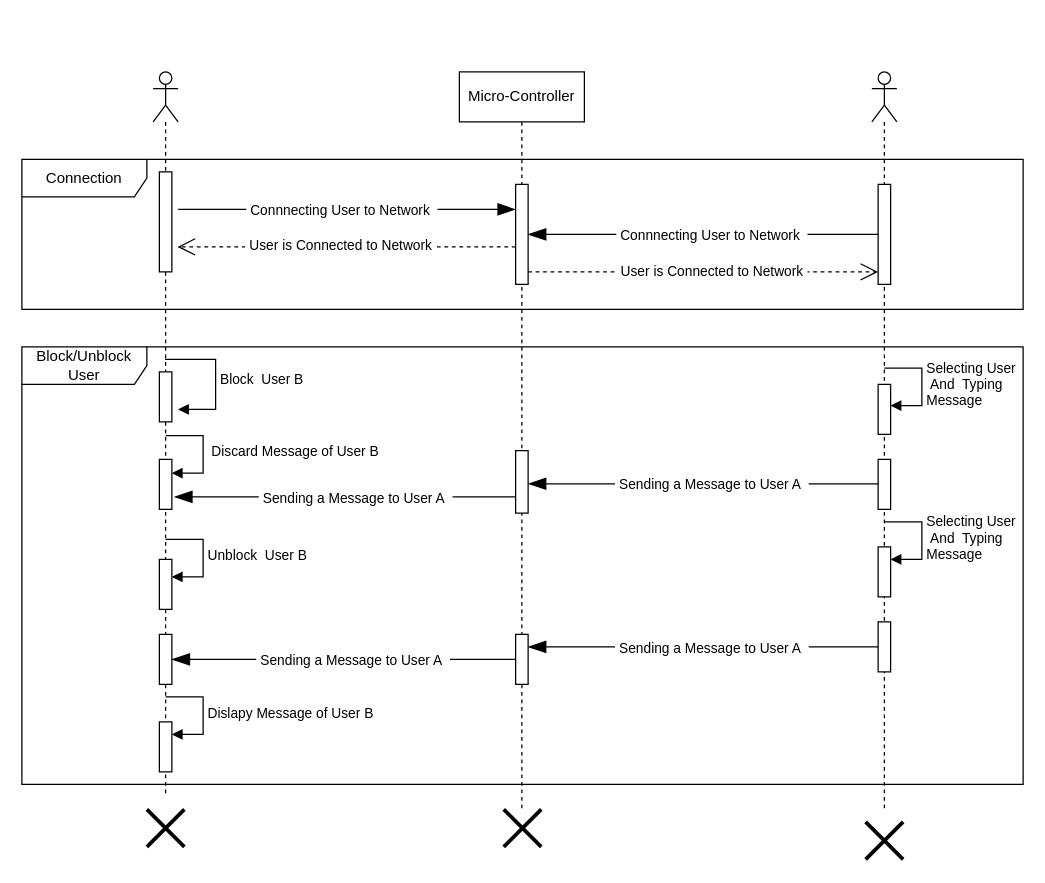
Earlier version of the draw.io diagram Figures/Sequence Diagram/Draw-io/AndroCom_SequenceDiagram_BlockUnblock.drawio (imharris24/AndroCom-Android). Source tidied: cells renumbered, new cells numbered last; positions are measured from the earlier drawing's top-left corner, leaving out a move shared by most shapes. Both pictures are drawn from the tidied source at 125%, with x=0, y=0 at pixel (21, 71).
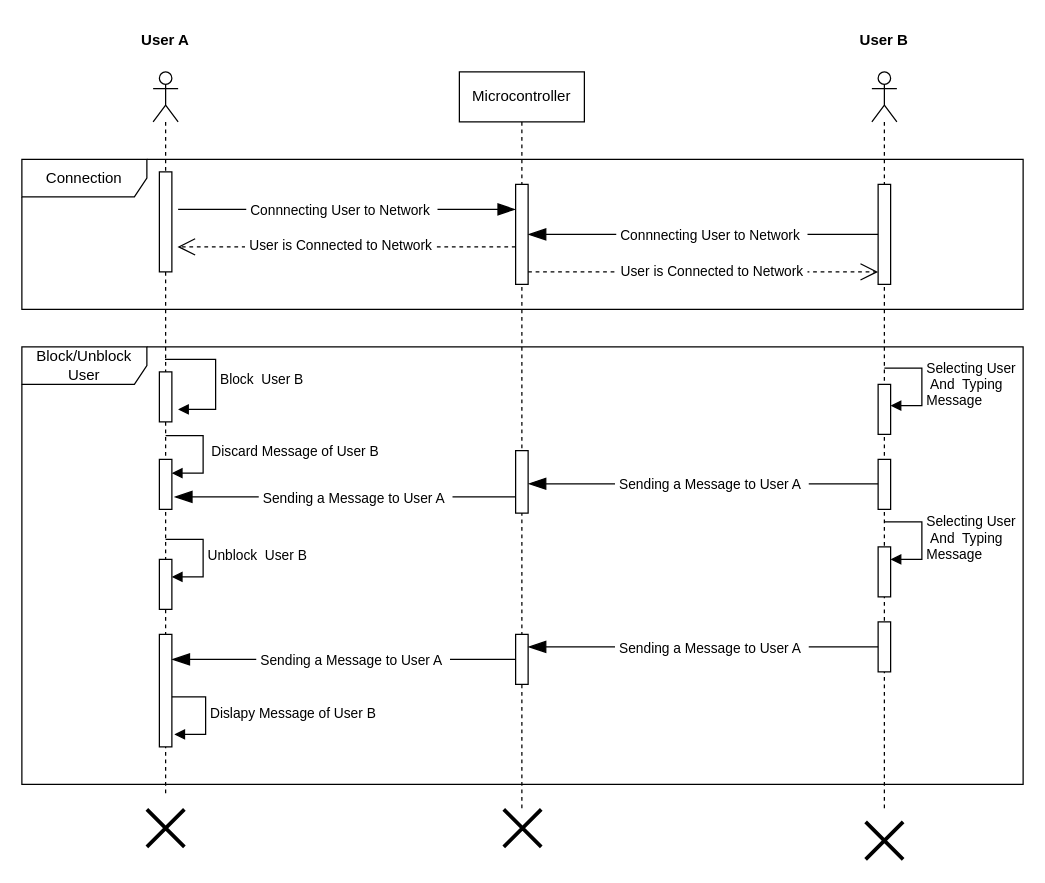
The same diagram, later.

Commit message (it also covers changes not shown here):
Updating Sequence Diagram

Unchanged cells that the change refers to:
```xml
<mxCell id="4" style="shape=umlLifeline;perimeter=lifelinePerimeter;whiteSpace=wrap;html=1;outlineConnect=0;portConstraint=eastwest;newEdgeStyle={&quot;curved&quot;:0,&quot;rounded&quot;:0};participant=umlActor;" parent="1" vertex="1">
  <mxGeometry x="105" width="20" height="580" as="geometry" />
</mxCell>
```

Diff of the diagram source:
```diff
@@
-    <mxCell id="2" value="Micro-Controller" style="shape=umlLifeline;perimeter=lifelinePerimeter;whiteSpace=wrap;html=1;newEdgeStyle={&quot;edgeStyle&quot;:&quot;elbowEdgeStyle&quot;,&quot;elbow&quot;:&quot;vertical&quot;,&quot;curved&quot;:0,&quot;rounded&quot;:0};" parent="1" vertex="1">
+    <mxCell id="2" value="Microcontroller" style="shape=umlLifeline;perimeter=lifelinePerimeter;whiteSpace=wrap;html=1;newEdgeStyle={&quot;edgeStyle&quot;:&quot;elbowEdgeStyle&quot;,&quot;elbow&quot;:&quot;vertical&quot;,&quot;curved&quot;:0,&quot;rounded&quot;:0};" parent="1" vertex="1">
       <mxGeometry x="350" width="100" height="590" as="geometry" />
     </mxCell>
@@
+    <mxCell id="12" value="Dislapy Message of User B" style="html=1;align=left;spacingLeft=2;endArrow=block;rounded=0;edgeStyle=orthogonalEdgeStyle;curved=0;rounded=0;" parent="4" edge="1">
+      <mxGeometry relative="1" as="geometry">
+        <mxPoint x="12" y="500" as="sourcePoint" />
+        <mxPoint x="17" y="530" as="targetPoint" />
+        <Array as="points">
+          <mxPoint x="42" y="530" />
+        </Array>
+      </mxGeometry>
+    </mxCell>
@@
     <mxCell id="10" style="html=1;perimeter=orthogonalPerimeter;targetShapes=umlLifeline;newEdgeStyle={&quot;curved&quot;:0,&quot;rounded&quot;:0};" parent="4" vertex="1">
-      <mxGeometry x="5" y="450" width="10" height="40" as="geometry" />
+      <mxGeometry x="5" y="450" width="10" height="90" as="geometry" />
     </mxCell>
-    <mxCell id="11" style="html=1;points=[[0,0,0,0,5],[0,1,0,0,-5],[1,0,0,0,5],[1,1,0,0,-5]];perimeter=orthogonalPerimeter;outlineConnect=0;targetShapes=umlLifeline;portConstraint=eastwest;newEdgeStyle={&quot;curved&quot;:0,&quot;rounded&quot;:0};" parent="4" vertex="1">
-      <mxGeometry x="5" y="520" width="10" height="40" as="geometry" />
-    </mxCell>
-    <mxCell id="12" value="Dislapy Message of User B" style="html=1;align=left;spacingLeft=2;endArrow=block;rounded=0;edgeStyle=orthogonalEdgeStyle;curved=0;rounded=0;" parent="4" edge="1" target="11">
-      <mxGeometry relative="1" as="geometry">
-        <mxPoint x="10" y="500" as="sourcePoint" />
-        <Array as="points">
-          <mxPoint x="40" y="530" />
-        </Array>
-      </mxGeometry>
-    </mxCell>
@@
+    <mxCell id="46" value="&lt;font style=&quot;font-size: 12px;&quot;&gt;&lt;b&gt;User A&lt;/b&gt;&lt;/font&gt;" style="text;html=1;strokeColor=none;fillColor=none;align=center;verticalAlign=middle;whiteSpace=wrap;rounded=0;" parent="1" vertex="1">
+      <mxGeometry x="85" y="-40" width="60" height="30" as="geometry" />
+    </mxCell>
+    <mxCell id="47" value="&lt;font style=&quot;font-size: 12px;&quot;&gt;&lt;b&gt;User B&lt;/b&gt;&lt;/font&gt;" style="text;html=1;strokeColor=none;fillColor=none;align=center;verticalAlign=middle;whiteSpace=wrap;rounded=0;" parent="1" vertex="1">
+      <mxGeometry x="660" y="-40" width="60" height="30" as="geometry" />
+    </mxCell>
```
